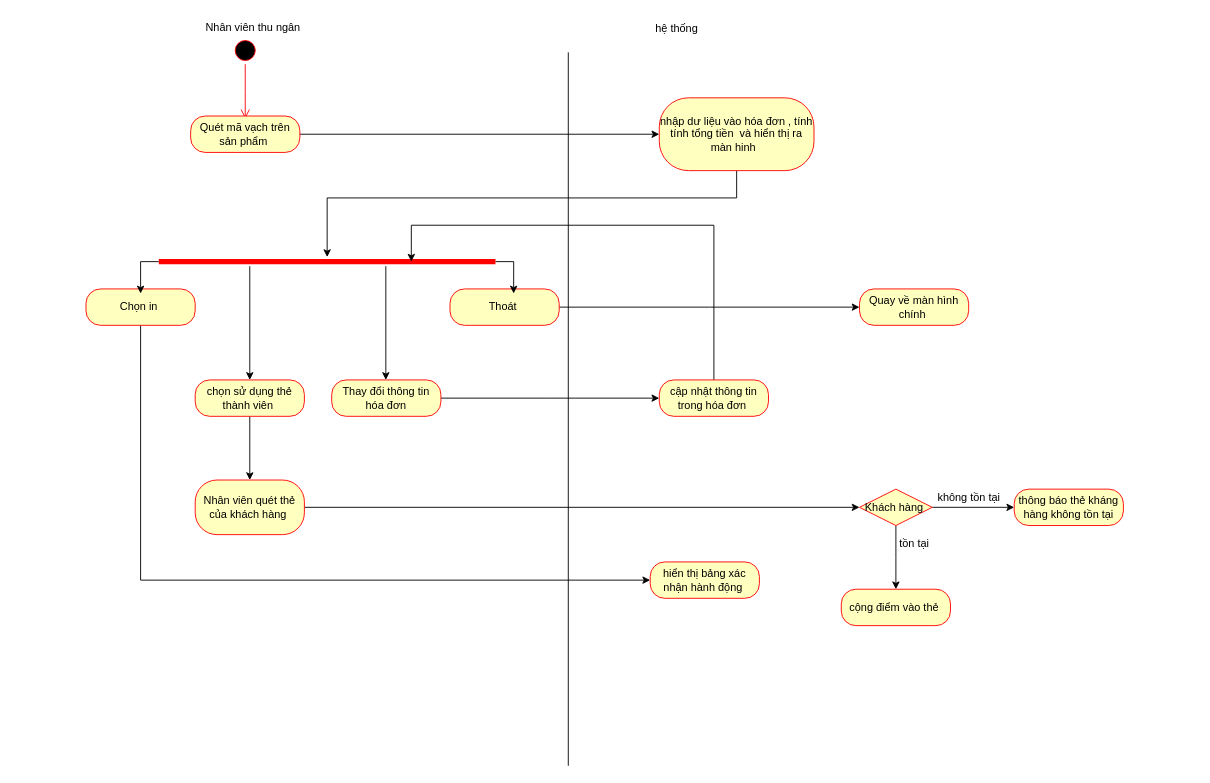
Before: page "Page-10" (8 of 16) of Untitled Diagram.drawio in sonha1/aaaa, a draw.io diagram. Source tidied: cells renumbered, new cells numbered last; positions are measured from the earlier drawing's top-left corner, leaving out a move shared by most shapes. Both pictures are drawn from the tidied source at 91%, with x=0, y=0 at pixel (86, 15).
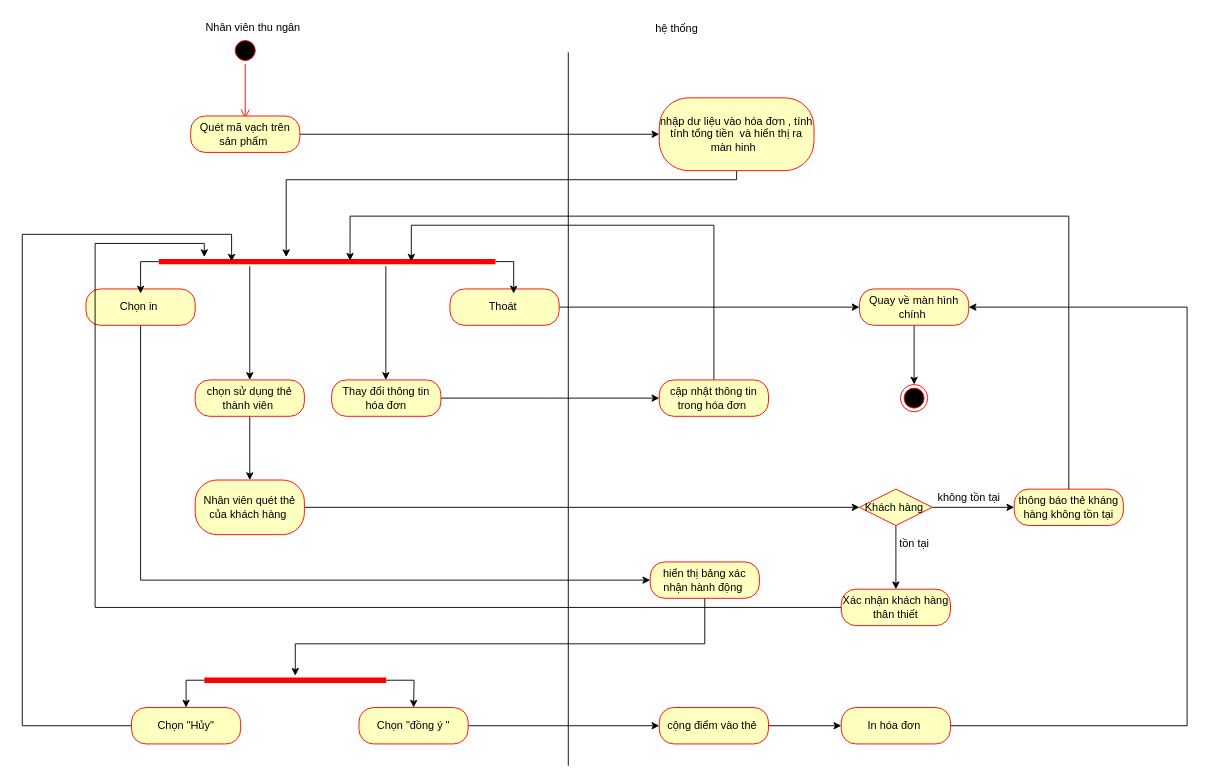
Above is the later version.

Unchanged cells that the change refers to:
```xml
<mxCell id="10" value="nhập dư liệu vào hóa đơn , tính tính tổng tiền&amp;nbsp; và hiển thị ra màn hinh&amp;nbsp;&amp;nbsp;" style="rounded=1;whiteSpace=wrap;html=1;arcSize=40;fontColor=#000000;fillColor=#ffffc0;strokeColor=#ff0000;" parent="1" vertex="1">
  <mxGeometry x="630" y="90" width="170" height="80" as="geometry" />
</mxCell>
<mxCell id="18" style="shape=line;html=1;strokeWidth=6;strokeColor=#ff0000;" parent="1" vertex="1">
  <mxGeometry x="80" y="265" width="370" height="10" as="geometry" />
</mxCell>
<mxCell id="29" value="hiển thị bảng xác nhận hành động&amp;nbsp;" style="rounded=1;whiteSpace=wrap;html=1;arcSize=40;fontColor=#000000;fillColor=#ffffc0;strokeColor=#ff0000;" parent="1" vertex="1">
  <mxGeometry x="620" y="600" width="120" height="40" as="geometry" />
</mxCell>
<mxCell id="32" value="Quay về màn hình chính&amp;nbsp;" style="rounded=1;whiteSpace=wrap;html=1;arcSize=40;fontColor=#000000;fillColor=#ffffc0;strokeColor=#ff0000;" parent="1" vertex="1">
  <mxGeometry x="850" y="300" width="120" height="40" as="geometry" />
</mxCell>
<mxCell id="34" value="thông báo thẻ kháng hàng không tồn tại" style="rounded=1;whiteSpace=wrap;html=1;arcSize=40;fontColor=#000000;fillColor=#ffffc0;strokeColor=#ff0000;" parent="1" vertex="1">
  <mxGeometry x="1020" y="520" width="120" height="40" as="geometry" />
</mxCell>
```

Change to the diagram source:
```diff
@@
     <mxCell id="9" style="edgeStyle=orthogonalEdgeStyle;rounded=0;jettySize=auto;html=1;" parent="1" edge="1" source="10" target="18">
       <mxGeometry relative="1" as="geometry">
         <Array as="points">
-          <mxPoint x="715" y="200" />
-          <mxPoint x="265" y="200" />
+          <mxPoint x="715" y="180" />
+          <mxPoint x="220" y="180" />
         </Array>
       </mxGeometry>
     </mxCell>
@@
+    <mxCell id="37" style="edgeStyle=orthogonalEdgeStyle;rounded=0;jettySize=auto;html=1;" parent="1" edge="1" source="29" target="43">
+      <mxGeometry relative="1" as="geometry">
+        <Array as="points">
+          <mxPoint x="680" y="690" />
+          <mxPoint x="230" y="690" />
+        </Array>
+      </mxGeometry>
+    </mxCell>
@@
+    <mxCell id="38" style="edgeStyle=orthogonalEdgeStyle;rounded=0;jettySize=auto;html=1;entryX=0.5;entryY=0;entryDx=0;entryDy=0;" parent="1" edge="1" source="32" target="52">
+      <mxGeometry relative="1" as="geometry" />
+    </mxCell>
@@
+    <mxCell id="39" style="edgeStyle=orthogonalEdgeStyle;rounded=0;jettySize=auto;html=1;entryX=0.568;entryY=0.4;entryDx=0;entryDy=0;entryPerimeter=0;" parent="1" edge="1" source="34" target="18">
+      <mxGeometry relative="1" as="geometry">
+        <Array as="points">
+          <mxPoint x="1080" y="220" />
+          <mxPoint x="290" y="220" />
+        </Array>
+      </mxGeometry>
+    </mxCell>
@@
+    <mxCell id="40" style="edgeStyle=orthogonalEdgeStyle;rounded=0;jettySize=auto;html=1;" parent="1" edge="1" source="36" target="18">
+      <mxGeometry relative="1" as="geometry">
+        <Array as="points">
+          <mxPoint x="10" y="650" />
+          <mxPoint x="10" y="250" />
+          <mxPoint x="130" y="250" />
+        </Array>
+      </mxGeometry>
+    </mxCell>
-    <mxCell id="36" value="cộng điểm vào thẻ&amp;nbsp;" style="rounded=1;whiteSpace=wrap;html=1;arcSize=40;fontColor=#000000;fillColor=#ffffc0;strokeColor=#ff0000;" parent="1" vertex="1">
+    <mxCell id="36" value="Xác nhận khách hàng thân thiết" style="rounded=1;whiteSpace=wrap;html=1;arcSize=40;fontColor=#000000;fillColor=#ffffc0;strokeColor=#ff0000;" parent="1" vertex="1">
       <mxGeometry x="830" y="630" width="120" height="40" as="geometry" />
     </mxCell>
+    <mxCell id="41" style="edgeStyle=orthogonalEdgeStyle;rounded=0;jettySize=auto;html=1;exitX=0;exitY=0.5;exitDx=0;exitDy=0;exitPerimeter=0;" parent="1" edge="1" source="43">
+      <mxGeometry relative="1" as="geometry">
+        <mxPoint x="110" y="760" as="targetPoint" />
+      </mxGeometry>
+    </mxCell>
+    <mxCell id="42" style="edgeStyle=orthogonalEdgeStyle;rounded=0;jettySize=auto;html=1;" parent="1" edge="1" source="43">
+      <mxGeometry relative="1" as="geometry">
+        <mxPoint x="360" y="760" as="targetPoint" />
+      </mxGeometry>
+    </mxCell>
+    <mxCell id="43" style="shape=line;html=1;strokeWidth=6;strokeColor=#ff0000;" parent="1" vertex="1">
+      <mxGeometry x="130" y="725" width="200" height="10" as="geometry" />
+    </mxCell>
+    <mxCell id="44" style="edgeStyle=orthogonalEdgeStyle;rounded=0;jettySize=auto;html=1;" parent="1" edge="1" source="45">
+      <mxGeometry relative="1" as="geometry">
+        <mxPoint x="630" y="780" as="targetPoint" />
+      </mxGeometry>
+    </mxCell>
+    <mxCell id="45" value="Chọn &quot;đồng ý &quot;" style="rounded=1;whiteSpace=wrap;html=1;arcSize=40;fontColor=#000000;fillColor=#ffffc0;strokeColor=#ff0000;" parent="1" vertex="1">
+      <mxGeometry x="300" y="760" width="120" height="40" as="geometry" />
+    </mxCell>
+    <mxCell id="46" style="edgeStyle=orthogonalEdgeStyle;rounded=0;jettySize=auto;html=1;" parent="1" edge="1" source="47">
+      <mxGeometry relative="1" as="geometry">
+        <mxPoint x="160" y="270" as="targetPoint" />
+        <Array as="points">
+          <mxPoint x="-70" y="780" />
+          <mxPoint x="-70" y="240" />
+          <mxPoint x="160" y="240" />
+          <mxPoint x="160" y="260" />
+        </Array>
+      </mxGeometry>
+    </mxCell>
+    <mxCell id="47" value="Chọn &quot;Hủy&quot;" style="rounded=1;whiteSpace=wrap;html=1;arcSize=40;fontColor=#000000;fillColor=#ffffc0;strokeColor=#ff0000;" parent="1" vertex="1">
+      <mxGeometry x="50" y="760" width="120" height="40" as="geometry" />
+    </mxCell>
+    <mxCell id="48" style="edgeStyle=orthogonalEdgeStyle;rounded=0;jettySize=auto;html=1;" parent="1" edge="1" source="49">
+      <mxGeometry relative="1" as="geometry">
+        <mxPoint x="830" y="780" as="targetPoint" />
+      </mxGeometry>
+    </mxCell>
+    <mxCell id="49" value="cộng điểm vào thẻ&amp;nbsp;" style="rounded=1;whiteSpace=wrap;html=1;arcSize=40;fontColor=#000000;fillColor=#ffffc0;strokeColor=#ff0000;" parent="1" vertex="1">
+      <mxGeometry x="630" y="760" width="120" height="40" as="geometry" />
+    </mxCell>
+    <mxCell id="50" style="edgeStyle=orthogonalEdgeStyle;rounded=0;jettySize=auto;html=1;entryX=1;entryY=0.5;entryDx=0;entryDy=0;" parent="1" edge="1" source="51" target="32">
+      <mxGeometry relative="1" as="geometry">
+        <Array as="points">
+          <mxPoint x="1210" y="780" />
+          <mxPoint x="1210" y="320" />
+        </Array>
+      </mxGeometry>
+    </mxCell>
+    <mxCell id="51" value="In hóa đơn&amp;nbsp;" style="rounded=1;whiteSpace=wrap;html=1;arcSize=40;fontColor=#000000;fillColor=#ffffc0;strokeColor=#ff0000;" parent="1" vertex="1">
+      <mxGeometry x="830" y="760" width="120" height="40" as="geometry" />
+    </mxCell>
+    <mxCell id="52" style="ellipse;html=1;shape=endState;fillColor=#000000;strokeColor=#ff0000;" parent="1" vertex="1">
+      <mxGeometry x="895" y="405" width="30" height="30" as="geometry" />
+    </mxCell>
```
